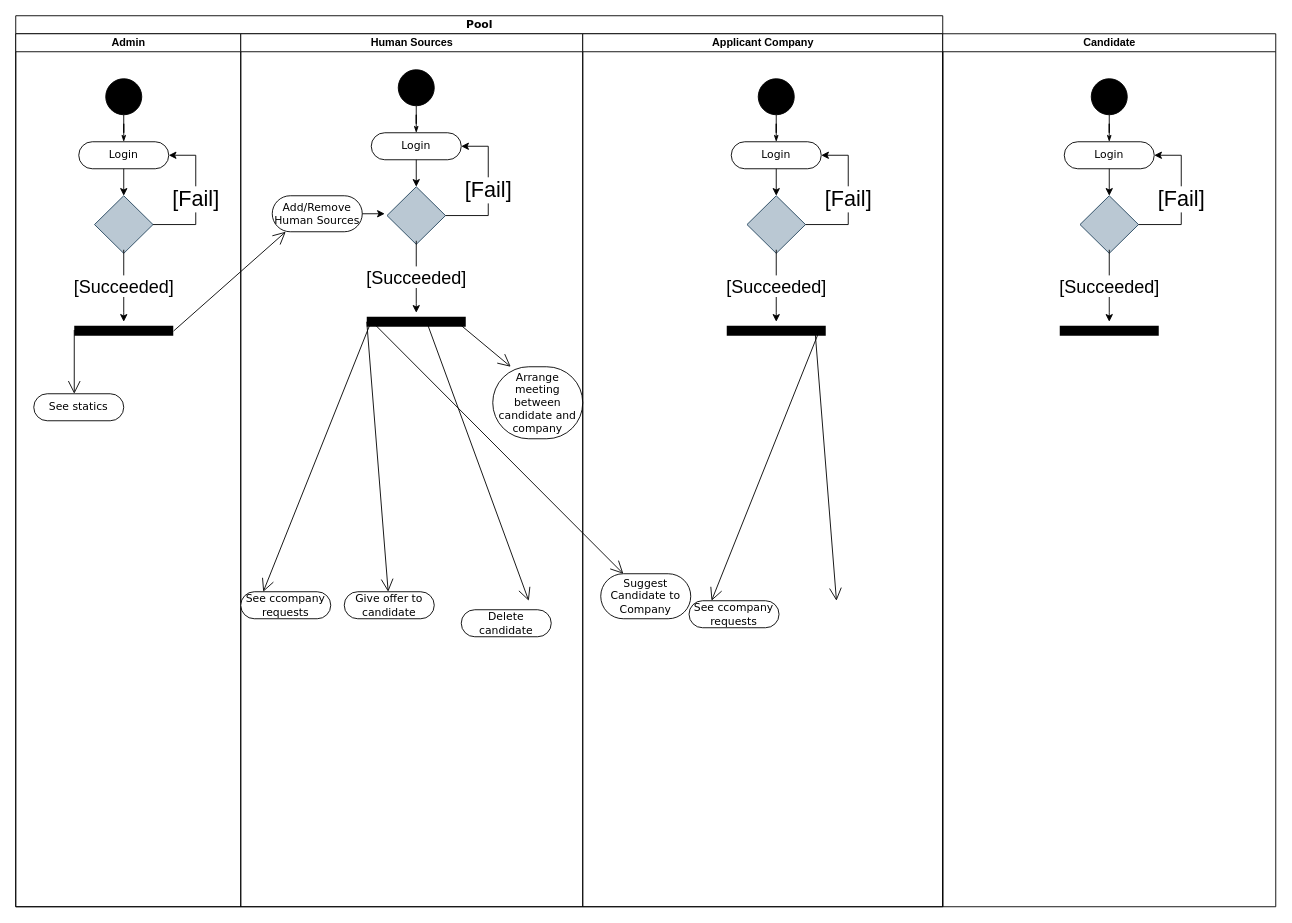
sglbl/CSE-101 keeps this draw.io diagram as Unnecessary/Copy of ActivityDiagram.drawio. Above is the earlier version. Source tidied: cells renumbered, new cells numbered last; positions are measured from the earlier drawing's top-left corner, leaving out a move shared by most shapes. Both pictures are drawn from the tidied source at 90%, with x=0, y=0 at pixel (15, 15).
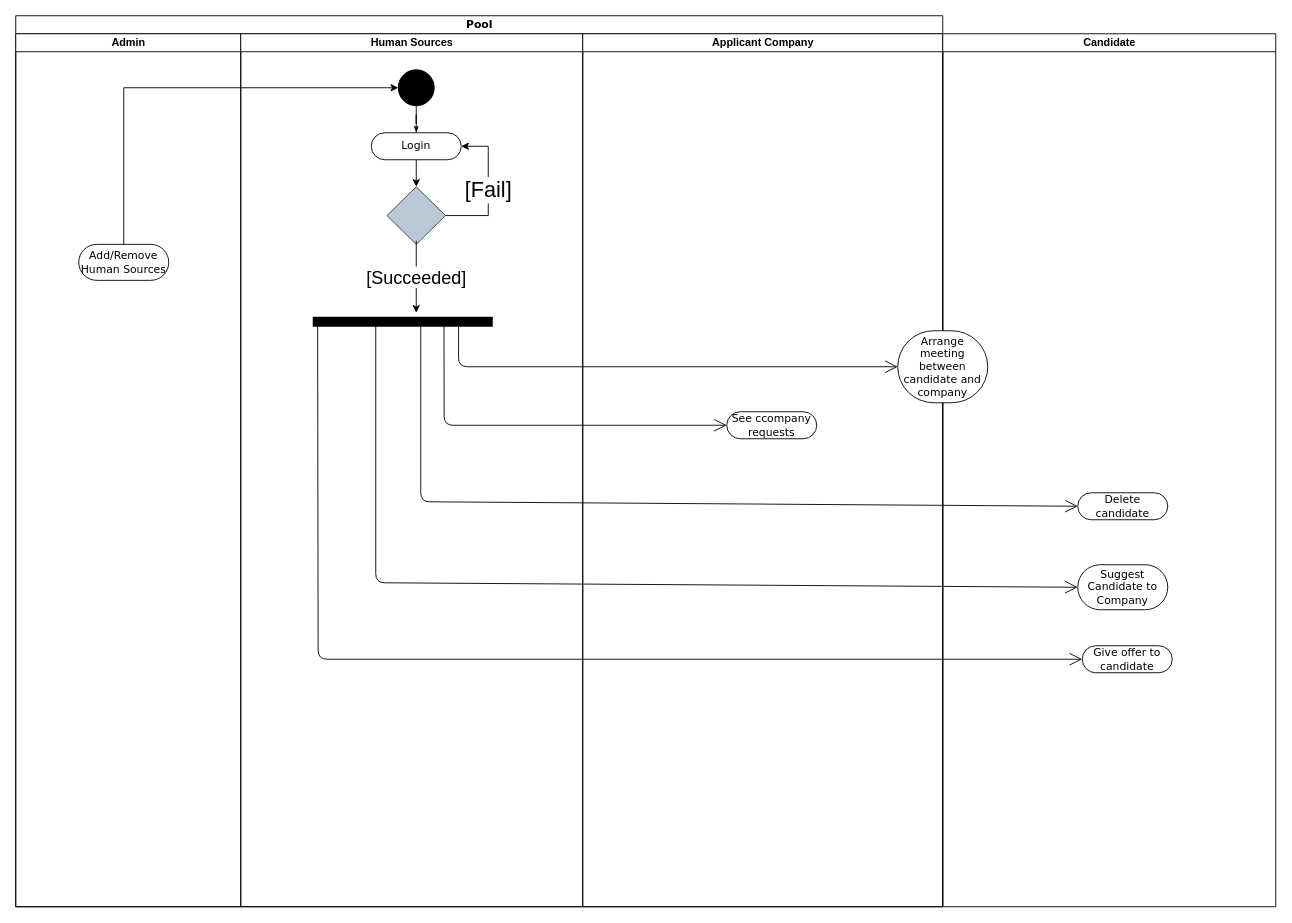
The same page after the edit.

Unchanged cells that the change refers to:
```xml
<mxCell id="2" value="Pool" style="swimlane;html=1;startSize=20;rounded=0;shadow=0;comic=0;labelBackgroundColor=none;strokeWidth=1;fontFamily=Verdana;fontSize=12;align=center;" parent="1" vertex="1">
  <mxGeometry width="1030" height="990" as="geometry" />
</mxCell>
<mxCell id="3" value="Admin" style="swimlane;html=1;startSize=20;" parent="2" vertex="1">
  <mxGeometry y="20" width="250" height="970" as="geometry" />
</mxCell>
<mxCell id="12" value="Human Sources" style="swimlane;html=1;startSize=20;" parent="2" vertex="1">
  <mxGeometry x="250" y="20" width="380" height="970" as="geometry" />
</mxCell>
<mxCell id="13" style="ellipse;whiteSpace=wrap;html=1;rounded=0;shadow=0;comic=0;labelBackgroundColor=none;strokeWidth=1;fillColor=#000000;fontFamily=Verdana;fontSize=12;align=center;" parent="12" vertex="1">
  <mxGeometry x="175" y="40" width="40" height="40" as="geometry" />
</mxCell>
```

Diff of the diagram source:
```diff
@@
-    <mxCell id="4" style="ellipse;whiteSpace=wrap;html=1;rounded=0;shadow=0;comic=0;labelBackgroundColor=none;strokeWidth=1;fillColor=#000000;fontFamily=Verdana;fontSize=12;align=center;" parent="3" vertex="1">
-      <mxGeometry x="100" y="50" width="40" height="40" as="geometry" />
-    </mxCell>
-    <mxCell id="5" value="Login" style="rounded=1;whiteSpace=wrap;html=1;shadow=0;comic=0;labelBackgroundColor=none;strokeWidth=1;fontFamily=Verdana;fontSize=12;align=center;arcSize=50;" parent="3" vertex="1">
-      <mxGeometry x="70" y="120" width="100" height="30" as="geometry" />
-    </mxCell>
-    <mxCell id="6" style="edgeStyle=orthogonalEdgeStyle;rounded=0;html=1;labelBackgroundColor=none;startArrow=none;startFill=0;startSize=5;endArrow=classicThin;endFill=1;endSize=5;jettySize=auto;strokeWidth=1;fontFamily=Verdana;fontSize=12;" parent="3" edge="1" source="4" target="5">
-      <mxGeometry relative="1" as="geometry" />
-    </mxCell>
-    <mxCell id="7" style="rhombus;whiteSpace=wrap;html=1;color=black;fillColor=#bac8d3;strokeColor=#23445d;" parent="3" vertex="1">
-      <mxGeometry x="87.5" y="180" width="65" height="64" as="geometry" />
-    </mxCell>
-    <mxCell id="8" value="&lt;span style=&quot;font-size: 24px&quot;&gt;[Fail]&lt;/span&gt;" style="edgeStyle=orthogonalEdgeStyle;rounded=0;jettySize=auto;html=1;exitX=1;exitY=0.5;exitDx=0;exitDy=0;entryX=1;entryY=0.5;entryDx=0;entryDy=0;" parent="3" edge="1" source="7" target="5">
-      <mxGeometry x="-0.01" relative="1" as="geometry">
-        <Array as="points">
-          <mxPoint x="200" y="212" />
-          <mxPoint x="200" y="135" />
-        </Array>
-      </mxGeometry>
-    </mxCell>
-    <mxCell id="9" style="line;strokeWidth=11;fillColor=none;align=left;verticalAlign=middle;spacingTop=-1;spacingLeft=3;spacingRight=3;labelPosition=right;points=[];portConstraint=eastwest;fontStyle=1;" parent="3" vertex="1">
-      <mxGeometry x="65" y="320" width="110" height="20" as="geometry" />
-    </mxCell>
-    <mxCell id="10" style="endArrow=open;endFill=1;endSize=12;html=1;" parent="3" edge="1">
-      <mxGeometry relative="1" as="geometry">
-        <mxPoint x="65" y="329.2" as="sourcePoint" />
-        <mxPoint x="65" y="400" as="targetPoint" />
-      </mxGeometry>
-    </mxCell>
-    <mxCell id="11" value="See statics" style="rounded=1;whiteSpace=wrap;html=1;shadow=0;comic=0;labelBackgroundColor=none;strokeWidth=1;fontFamily=Verdana;fontSize=12;align=center;arcSize=50;" parent="3" vertex="1">
-      <mxGeometry x="20" y="400" width="100" height="30" as="geometry" />
-    </mxCell>
+    <mxCell id="21" value="Add/Remove&lt;br&gt;Human Sources" style="rounded=1;whiteSpace=wrap;html=1;shadow=0;comic=0;labelBackgroundColor=none;strokeWidth=1;fontFamily=Verdana;fontSize=12;align=center;arcSize=50;" parent="3" vertex="1">
+      <mxGeometry x="70" y="234" width="100" height="40" as="geometry" />
+    </mxCell>
+    <mxCell id="61" style="edgeStyle=orthogonalEdgeStyle;rounded=0;jettySize=auto;html=1;exitX=0.5;exitY=0;exitDx=0;exitDy=0;entryX=0;entryY=0.5;entryDx=0;entryDy=0;" parent="2" edge="1" source="21" target="13">
+      <mxGeometry relative="1" as="geometry" />
+    </mxCell>
@@
     <mxCell id="18" style="line;strokeWidth=11;fillColor=none;align=left;verticalAlign=middle;spacingTop=-1;spacingLeft=3;spacingRight=3;labelPosition=right;points=[];portConstraint=eastwest;fontStyle=1;" parent="12" vertex="1">
-      <mxGeometry x="140" y="310" width="110" height="20" as="geometry" />
+      <mxGeometry x="80" y="310" width="200" height="20" as="geometry" />
     </mxCell>
@@
-    <mxCell id="21" value="Add/Remove&lt;br&gt;Human Sources" style="rounded=1;whiteSpace=wrap;html=1;shadow=0;comic=0;labelBackgroundColor=none;strokeWidth=1;fontFamily=Verdana;fontSize=12;align=center;arcSize=50;" parent="12" vertex="1">
-      <mxGeometry x="35" y="180" width="100" height="40" as="geometry" />
-    </mxCell>
+    <mxCell id="27" value="Applicant Company" style="swimlane;html=1;startSize=20;" parent="2" vertex="1">
+      <mxGeometry x="630" y="20" width="400" height="970" as="geometry" />
+    </mxCell>
+    <mxCell id="36" value="&lt;span style=&quot;font-size: 24px&quot;&gt;[Fail]&lt;/span&gt;" style="edgeStyle=orthogonalEdgeStyle;rounded=0;orthogonalLoop=1;jettySize=auto;html=1;exitX=1;exitY=0.5;exitDx=0;exitDy=0;entryX=1;entryY=0.5;entryDx=0;entryDy=0;" parent="27" edge="1">
+      <mxGeometry x="-0.01" relative="1" as="geometry">
+        <mxPoint x="157.5" y="515" as="targetPoint" />
+        <Array as="points">
+          <mxPoint x="187.5" y="592" />
+          <mxPoint x="187.5" y="515" />
+        </Array>
+      </mxGeometry>
+    </mxCell>
-    <mxCell id="22" value="See ccompany requests" style="rounded=1;whiteSpace=wrap;html=1;shadow=0;comic=0;labelBackgroundColor=none;strokeWidth=1;fontFamily=Verdana;fontSize=12;align=center;arcSize=50;" parent="12" vertex="1">
-      <mxGeometry y="620" width="100" height="30" as="geometry" />
+    <mxCell id="22" value="See ccompany requests" style="rounded=1;whiteSpace=wrap;html=1;shadow=0;comic=0;labelBackgroundColor=none;strokeWidth=1;fontFamily=Verdana;fontSize=12;align=center;arcSize=50;" parent="27" vertex="1">
+      <mxGeometry x="160" y="420" width="100" height="30" as="geometry" />
     </mxCell>
-    <mxCell id="23" style="endArrow=open;endFill=1;endSize=12;html=1;exitX=0.036;exitY=0.6;exitDx=0;exitDy=0;exitPerimeter=0;entryX=0.25;entryY=0;entryDx=0;entryDy=0;" parent="12" edge="1" source="18" target="22">
-      <mxGeometry relative="1" as="geometry" />
+    <mxCell id="23" style="endArrow=open;endFill=1;endSize=12;html=1;entryX=0;entryY=0.5;entryDx=0;entryDy=0;entryPerimeter=0;exitX=0.729;exitY=0.514;exitDx=0;exitDy=0;exitPerimeter=0;" parent="2" edge="1" source="18" target="22">
+      <mxGeometry relative="1" as="geometry">
+        <Array as="points">
+          <mxPoint x="476" y="455" />
+        </Array>
+      </mxGeometry>
     </mxCell>
+    <mxCell id="45" value="Candidate" style="swimlane;html=1;startSize=20;" parent="1" vertex="1">
+      <mxGeometry x="1030" y="20" width="370" height="970" as="geometry" />
+    </mxCell>
+    <mxCell id="54" value="&lt;span style=&quot;font-size: 24px&quot;&gt;[Fail]&lt;/span&gt;" style="edgeStyle=orthogonalEdgeStyle;rounded=0;orthogonalLoop=1;jettySize=auto;html=1;exitX=1;exitY=0.5;exitDx=0;exitDy=0;entryX=1;entryY=0.5;entryDx=0;entryDy=0;" parent="45" edge="1">
+      <mxGeometry x="-0.01" relative="1" as="geometry">
+        <mxPoint x="157.5" y="515" as="targetPoint" />
+        <Array as="points">
+          <mxPoint x="187.5" y="592" />
+          <mxPoint x="187.5" y="515" />
+        </Array>
+      </mxGeometry>
+    </mxCell>
-    <mxCell id="24" value="Delete candidate" style="rounded=1;whiteSpace=wrap;html=1;shadow=0;comic=0;labelBackgroundColor=none;strokeWidth=1;fontFamily=Verdana;fontSize=12;align=center;arcSize=50;" parent="12" vertex="1">
-      <mxGeometry x="245" y="640" width="100" height="30" as="geometry" />
+    <mxCell id="24" value="Delete candidate" style="rounded=1;whiteSpace=wrap;html=1;shadow=0;comic=0;labelBackgroundColor=none;strokeWidth=1;fontFamily=Verdana;fontSize=12;align=center;arcSize=50;" parent="45" vertex="1">
+      <mxGeometry x="150" y="510" width="100" height="30" as="geometry" />
     </mxCell>
-    <mxCell id="25" value="Arrange meeting between candidate and company" style="rounded=1;whiteSpace=wrap;html=1;shadow=0;comic=0;labelBackgroundColor=none;strokeWidth=1;fontFamily=Verdana;fontSize=12;align=center;arcSize=50;" parent="12" vertex="1">
-      <mxGeometry x="280" y="370" width="100" height="80" as="geometry" />
-    </mxCell>
-    <mxCell id="26" style="endArrow=open;endFill=1;endSize=12;html=1;exitX=1.003;exitY=0.517;exitDx=0;exitDy=0;exitPerimeter=0;" parent="2" edge="1" source="9">
-      <mxGeometry relative="1" as="geometry">
-        <mxPoint x="300" y="240" as="targetPoint" />
-      </mxGeometry>
-    </mxCell>
-    <mxCell id="27" value="Applicant Company" style="swimlane;html=1;startSize=20;" parent="2" vertex="1">
-      <mxGeometry x="630" y="20" width="400" height="970" as="geometry" />
-    </mxCell>
-    <mxCell id="28" style="ellipse;whiteSpace=wrap;html=1;rounded=0;shadow=0;comic=0;labelBackgroundColor=none;strokeWidth=1;fillColor=#000000;fontFamily=Verdana;fontSize=12;align=center;" parent="27" vertex="1">
-      <mxGeometry x="195" y="50" width="40" height="40" as="geometry" />
-    </mxCell>
-    <mxCell id="29" value="Login" style="rounded=1;whiteSpace=wrap;html=1;shadow=0;comic=0;labelBackgroundColor=none;strokeWidth=1;fontFamily=Verdana;fontSize=12;align=center;arcSize=50;" parent="27" vertex="1">
-      <mxGeometry x="165" y="120" width="100" height="30" as="geometry" />
-    </mxCell>
-    <mxCell id="30" style="edgeStyle=orthogonalEdgeStyle;rounded=0;html=1;labelBackgroundColor=none;startArrow=none;startFill=0;startSize=5;endArrow=classicThin;endFill=1;endSize=5;jettySize=auto;strokeWidth=1;fontFamily=Verdana;fontSize=12;" parent="27" edge="1" source="28" target="29">
-      <mxGeometry relative="1" as="geometry" />
-    </mxCell>
-    <mxCell id="31" style="rhombus;whiteSpace=wrap;html=1;color=black;fillColor=#bac8d3;strokeColor=#23445d;" parent="27" vertex="1">
-      <mxGeometry x="182.5" y="180" width="65" height="64" as="geometry" />
-    </mxCell>
-    <mxCell id="32" value="&lt;span style=&quot;font-size: 24px&quot;&gt;[Fail]&lt;/span&gt;" style="edgeStyle=orthogonalEdgeStyle;rounded=0;jettySize=auto;html=1;exitX=1;exitY=0.5;exitDx=0;exitDy=0;entryX=1;entryY=0.5;entryDx=0;entryDy=0;" parent="27" edge="1" source="31" target="29">
-      <mxGeometry x="-0.01" relative="1" as="geometry">
-        <Array as="points">
-          <mxPoint x="295" y="212" />
-          <mxPoint x="295" y="135" />
-        </Array>
-      </mxGeometry>
-    </mxCell>
-    <mxCell id="33" style="line;strokeWidth=11;fillColor=none;align=left;verticalAlign=middle;spacingTop=-1;spacingLeft=3;spacingRight=3;labelPosition=right;fontStyle=1;" parent="27" vertex="1">
-      <mxGeometry x="160" y="320" width="110" height="20" as="geometry" />
-    </mxCell>
-    <mxCell id="34" style="edgeStyle=orthogonalEdgeStyle;rounded=0;jettySize=auto;html=1;exitX=0.5;exitY=1;exitDx=0;exitDy=0;" parent="27" edge="1" source="29">
-      <mxGeometry relative="1" as="geometry">
-        <mxPoint x="215" y="180" as="targetPoint" />
-      </mxGeometry>
-    </mxCell>
-    <mxCell id="35" value="&lt;font style=&quot;font-size: 20px&quot;&gt;[Succeeded]&lt;/font&gt;" style="edgeStyle=orthogonalEdgeStyle;rounded=0;orthogonalLoop=1;jettySize=auto;html=1;" parent="27" edge="1">
-      <mxGeometry relative="1" as="geometry">
-        <mxPoint x="215" y="240" as="sourcePoint" />
-        <mxPoint x="215" y="320" as="targetPoint" />
-        <Array as="points">
-          <mxPoint x="215" y="310" />
-        </Array>
-      </mxGeometry>
-    </mxCell>
-    <mxCell id="36" value="&lt;span style=&quot;font-size: 24px&quot;&gt;[Fail]&lt;/span&gt;" style="edgeStyle=orthogonalEdgeStyle;rounded=0;orthogonalLoop=1;jettySize=auto;html=1;exitX=1;exitY=0.5;exitDx=0;exitDy=0;entryX=1;entryY=0.5;entryDx=0;entryDy=0;" parent="27" edge="1">
-      <mxGeometry x="-0.01" relative="1" as="geometry">
-        <mxPoint x="157.5" y="515" as="targetPoint" />
-        <Array as="points">
-          <mxPoint x="187.5" y="592" />
-          <mxPoint x="187.5" y="515" />
-        </Array>
-      </mxGeometry>
-    </mxCell>
+    <mxCell id="58" value="Give offer to candidate" style="rounded=1;whiteSpace=wrap;html=1;shadow=0;comic=0;labelBackgroundColor=none;strokeWidth=1;fontFamily=Verdana;fontSize=12;align=center;arcSize=50;" parent="45" vertex="1">
+      <mxGeometry x="155" y="680" width="100" height="30" as="geometry" />
+    </mxCell>
-    <mxCell id="37" value="Suggest Candidate to Company" style="rounded=1;whiteSpace=wrap;html=1;shadow=0;comic=0;labelBackgroundColor=none;strokeWidth=1;fontFamily=Verdana;fontSize=12;align=center;arcSize=50;" parent="27" vertex="1">
-      <mxGeometry x="20" y="600" width="100" height="50" as="geometry" />
+    <mxCell id="37" value="Suggest Candidate to Company" style="rounded=1;whiteSpace=wrap;html=1;shadow=0;comic=0;labelBackgroundColor=none;strokeWidth=1;fontFamily=Verdana;fontSize=12;align=center;arcSize=50;" parent="45" vertex="1">
+      <mxGeometry x="150" y="590" width="100" height="50" as="geometry" />
     </mxCell>
-    <mxCell id="38" value="See ccompany requests" style="rounded=1;whiteSpace=wrap;html=1;shadow=0;comic=0;labelBackgroundColor=none;strokeWidth=1;fontFamily=Verdana;fontSize=12;align=center;arcSize=50;" parent="27" vertex="1">
-      <mxGeometry x="118.1" y="630" width="100" height="30" as="geometry" />
-    </mxCell>
-    <mxCell id="39" style="endArrow=open;endFill=1;endSize=12;html=1;exitX=0.036;exitY=0.6;exitDx=0;exitDy=0;exitPerimeter=0;entryX=0.25;entryY=0;entryDx=0;entryDy=0;" parent="27" edge="1" target="38">
-      <mxGeometry relative="1" as="geometry">
-        <mxPoint x="262.1" y="332" as="sourcePoint" />
-      </mxGeometry>
-    </mxCell>
-    <mxCell id="40" style="endArrow=open;endFill=1;endSize=12;html=1;" parent="27" edge="1">
-      <mxGeometry relative="1" as="geometry">
-        <mxPoint x="268.1" y="630" as="sourcePoint" />
-        <mxPoint x="268.1" y="630" as="targetPoint" />
-      </mxGeometry>
-    </mxCell>
-    <mxCell id="41" style="endArrow=open;endFill=1;endSize=12;html=1;" parent="27" edge="1">
-      <mxGeometry relative="1" as="geometry">
-        <mxPoint x="258.1" y="330" as="sourcePoint" />
-        <mxPoint x="281.9" y="630" as="targetPoint" />
-      </mxGeometry>
-    </mxCell>
-    <mxCell id="42" style="endArrow=open;endFill=1;endSize=12;html=1;exitX=0.036;exitY=0.4;exitDx=0;exitDy=0;exitPerimeter=0;" parent="2" edge="1" source="18" target="37">
-      <mxGeometry relative="1" as="geometry" />
-    </mxCell>
-    <mxCell id="43" style="edgeStyle=orthogonalEdgeStyle;rounded=0;jettySize=auto;html=1;exitX=0.5;exitY=1;exitDx=0;exitDy=0;" parent="1" edge="1" source="5">
-      <mxGeometry relative="1" as="geometry">
-        <mxPoint x="120" y="200" as="targetPoint" />
-      </mxGeometry>
-    </mxCell>
-    <mxCell id="44" value="&lt;font style=&quot;font-size: 20px&quot;&gt;[Succeeded]&lt;/font&gt;" style="edgeStyle=orthogonalEdgeStyle;rounded=0;orthogonalLoop=1;jettySize=auto;html=1;" parent="1" edge="1">
-      <mxGeometry relative="1" as="geometry">
-        <mxPoint x="120" y="260" as="sourcePoint" />
-        <mxPoint x="120" y="340" as="targetPoint" />
-        <Array as="points">
-          <mxPoint x="120" y="330" />
-        </Array>
-      </mxGeometry>
-    </mxCell>
-    <mxCell id="45" value="Candidate" style="swimlane;html=1;startSize=20;" parent="1" vertex="1">
-      <mxGeometry x="1030" y="20" width="370" height="970" as="geometry" />
-    </mxCell>
-    <mxCell id="46" style="ellipse;whiteSpace=wrap;html=1;rounded=0;shadow=0;comic=0;labelBackgroundColor=none;strokeWidth=1;fillColor=#000000;fontFamily=Verdana;fontSize=12;align=center;" parent="45" vertex="1">
-      <mxGeometry x="165" y="50" width="40" height="40" as="geometry" />
-    </mxCell>
-    <mxCell id="47" value="Login" style="rounded=1;whiteSpace=wrap;html=1;shadow=0;comic=0;labelBackgroundColor=none;strokeWidth=1;fontFamily=Verdana;fontSize=12;align=center;arcSize=50;" parent="45" vertex="1">
-      <mxGeometry x="135" y="120" width="100" height="30" as="geometry" />
-    </mxCell>
-    <mxCell id="48" style="edgeStyle=orthogonalEdgeStyle;rounded=0;html=1;labelBackgroundColor=none;startArrow=none;startFill=0;startSize=5;endArrow=classicThin;endFill=1;endSize=5;jettySize=auto;strokeWidth=1;fontFamily=Verdana;fontSize=12;" parent="45" edge="1" source="46" target="47">
-      <mxGeometry relative="1" as="geometry" />
-    </mxCell>
-    <mxCell id="49" style="rhombus;whiteSpace=wrap;html=1;color=black;fillColor=#bac8d3;strokeColor=#23445d;" parent="45" vertex="1">
-      <mxGeometry x="152.5" y="180" width="65" height="64" as="geometry" />
-    </mxCell>
-    <mxCell id="50" value="&lt;span style=&quot;font-size: 24px&quot;&gt;[Fail]&lt;/span&gt;" style="edgeStyle=orthogonalEdgeStyle;rounded=0;jettySize=auto;html=1;exitX=1;exitY=0.5;exitDx=0;exitDy=0;entryX=1;entryY=0.5;entryDx=0;entryDy=0;" parent="45" edge="1" source="49" target="47">
-      <mxGeometry x="-0.01" relative="1" as="geometry">
-        <Array as="points">
-          <mxPoint x="265" y="212" />
-          <mxPoint x="265" y="135" />
-        </Array>
-      </mxGeometry>
-    </mxCell>
-    <mxCell id="51" style="line;strokeWidth=11;fillColor=none;align=left;verticalAlign=middle;spacingTop=-1;spacingLeft=3;spacingRight=3;labelPosition=right;fontStyle=1;" parent="45" vertex="1">
-      <mxGeometry x="130" y="320" width="110" height="20" as="geometry" />
-    </mxCell>
-    <mxCell id="52" style="edgeStyle=orthogonalEdgeStyle;rounded=0;jettySize=auto;html=1;exitX=0.5;exitY=1;exitDx=0;exitDy=0;" parent="45" edge="1" source="47">
-      <mxGeometry relative="1" as="geometry">
-        <mxPoint x="185" y="180" as="targetPoint" />
-      </mxGeometry>
-    </mxCell>
-    <mxCell id="53" value="&lt;font style=&quot;font-size: 20px&quot;&gt;[Succeeded]&lt;/font&gt;" style="edgeStyle=orthogonalEdgeStyle;rounded=0;orthogonalLoop=1;jettySize=auto;html=1;" parent="45" edge="1">
-      <mxGeometry relative="1" as="geometry">
-        <mxPoint x="185" y="240" as="sourcePoint" />
-        <mxPoint x="185" y="320" as="targetPoint" />
-        <Array as="points">
-          <mxPoint x="185" y="310" />
-        </Array>
-      </mxGeometry>
-    </mxCell>
-    <mxCell id="54" value="&lt;span style=&quot;font-size: 24px&quot;&gt;[Fail]&lt;/span&gt;" style="edgeStyle=orthogonalEdgeStyle;rounded=0;orthogonalLoop=1;jettySize=auto;html=1;exitX=1;exitY=0.5;exitDx=0;exitDy=0;entryX=1;entryY=0.5;entryDx=0;entryDy=0;" parent="45" edge="1">
-      <mxGeometry x="-0.01" relative="1" as="geometry">
-        <mxPoint x="157.5" y="515" as="targetPoint" />
-        <Array as="points">
-          <mxPoint x="187.5" y="592" />
-          <mxPoint x="187.5" y="515" />
-        </Array>
-      </mxGeometry>
-    </mxCell>
-    <mxCell id="55" style="endArrow=open;endFill=1;endSize=12;html=1;" parent="1" edge="1" source="58">
-      <mxGeometry relative="1" as="geometry">
-        <mxPoint x="400" y="640" as="targetPoint" />
-      </mxGeometry>
-    </mxCell>
-    <mxCell id="56" style="endArrow=open;endFill=1;endSize=12;html=1;exitX=0.618;exitY=0.7;exitDx=0;exitDy=0;exitPerimeter=0;" parent="1" edge="1" source="18">
+    <mxCell id="56" style="endArrow=open;endFill=1;endSize=12;html=1;exitX=0.618;exitY=0.7;exitDx=0;exitDy=0;exitPerimeter=0;entryX=0;entryY=0.5;entryDx=0;entryDy=0;" parent="1" edge="1" target="24">
       <mxGeometry relative="1" as="geometry">
-        <mxPoint x="570" y="650" as="targetPoint" />
+        <mxPoint x="450" y="344" as="sourcePoint" />
+        <Array as="points">
+          <mxPoint x="450" y="540" />
+        </Array>
       </mxGeometry>
     </mxCell>
-    <mxCell id="57" style="endArrow=open;endFill=1;endSize=12;html=1;exitX=0.909;exitY=0.5;exitDx=0;exitDy=0;exitPerimeter=0;" parent="1" edge="1" source="18">
+    <mxCell id="57" style="endArrow=open;endFill=1;endSize=12;html=1;exitX=0.909;exitY=0.5;exitDx=0;exitDy=0;exitPerimeter=0;entryX=0;entryY=0.5;entryDx=0;entryDy=0;" parent="1" edge="1" target="25">
       <mxGeometry relative="1" as="geometry">
-        <mxPoint x="550" y="390" as="targetPoint" />
+        <mxPoint x="492" y="340" as="sourcePoint" />
+        <Array as="points">
+          <mxPoint x="492" y="390" />
+        </Array>
       </mxGeometry>
     </mxCell>
-    <mxCell id="58" value="Give offer to candidate" style="rounded=1;whiteSpace=wrap;html=1;shadow=0;comic=0;labelBackgroundColor=none;strokeWidth=1;fontFamily=Verdana;fontSize=12;align=center;arcSize=50;" parent="1" vertex="1">
-      <mxGeometry x="365" y="640" width="100" height="30" as="geometry" />
-    </mxCell>
+    <mxCell id="25" value="Arrange meeting between candidate and company" style="rounded=1;whiteSpace=wrap;html=1;shadow=0;comic=0;labelBackgroundColor=none;strokeWidth=1;fontFamily=Verdana;fontSize=12;align=center;arcSize=50;" parent="1" vertex="1">
+      <mxGeometry x="980" y="350" width="100" height="80" as="geometry" />
+    </mxCell>
-    <mxCell id="59" style="endArrow=open;endFill=1;endSize=12;html=1;" parent="1" edge="1" target="58">
+    <mxCell id="59" style="endArrow=open;endFill=1;endSize=12;html=1;exitX=0.027;exitY=0.371;exitDx=0;exitDy=0;exitPerimeter=0;" parent="1" edge="1" source="18" target="58">
       <mxGeometry relative="1" as="geometry">
-        <mxPoint x="390" y="340" as="sourcePoint" />
+        <Array as="points">
+          <mxPoint x="336" y="715" />
+        </Array>
       </mxGeometry>
     </mxCell>
-    <mxCell id="60" style="edgeStyle=orthogonalEdgeStyle;rounded=0;jettySize=auto;html=1;exitX=1;exitY=0.5;exitDx=0;exitDy=0;" parent="1" edge="1" source="21">
-      <mxGeometry relative="1" as="geometry">
-        <mxPoint x="410" y="220" as="targetPoint" />
-      </mxGeometry>
-    </mxCell>
+    <mxCell id="42" style="endArrow=open;endFill=1;endSize=12;html=1;entryX=0;entryY=0.5;entryDx=0;entryDy=0;" parent="1" edge="1" target="37">
+      <mxGeometry relative="1" as="geometry">
+        <mxPoint x="400" y="342" as="sourcePoint" />
+        <Array as="points">
+          <mxPoint x="400" y="630" />
+        </Array>
+      </mxGeometry>
+    </mxCell>
```
